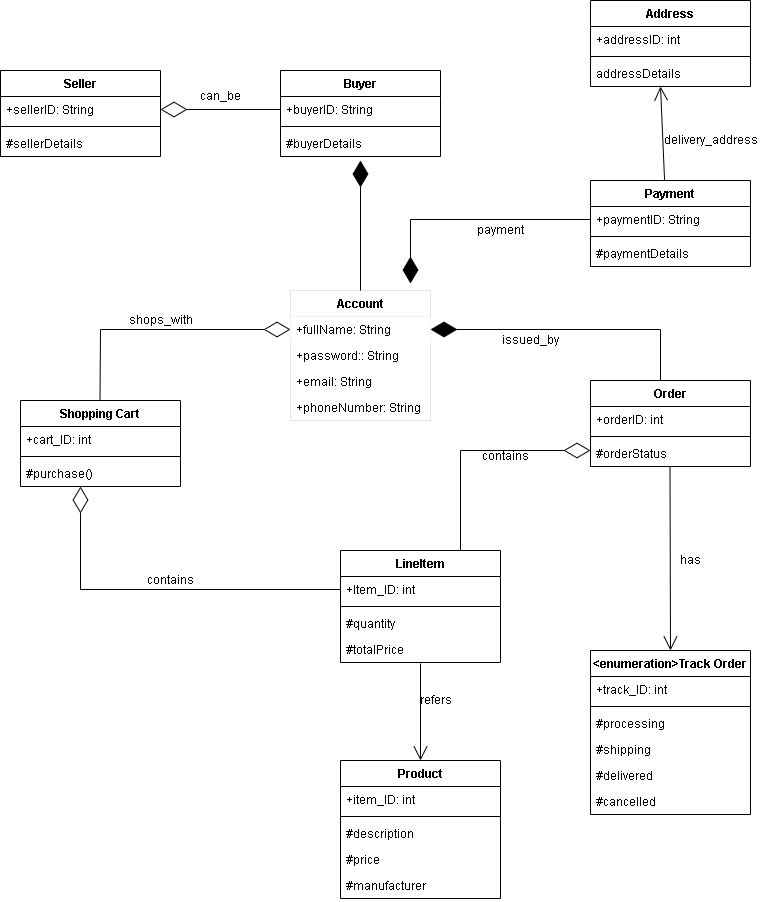
Above: givealittle/UML diagramls/Logical View/classDiagram.png in tiisetsohub/GiveALittle (draw.io), before the change. Source tidied: cells renumbered, new cells last; positions are measured from the earlier drawing's top-left corner, leaving out a move shared by most shapes.
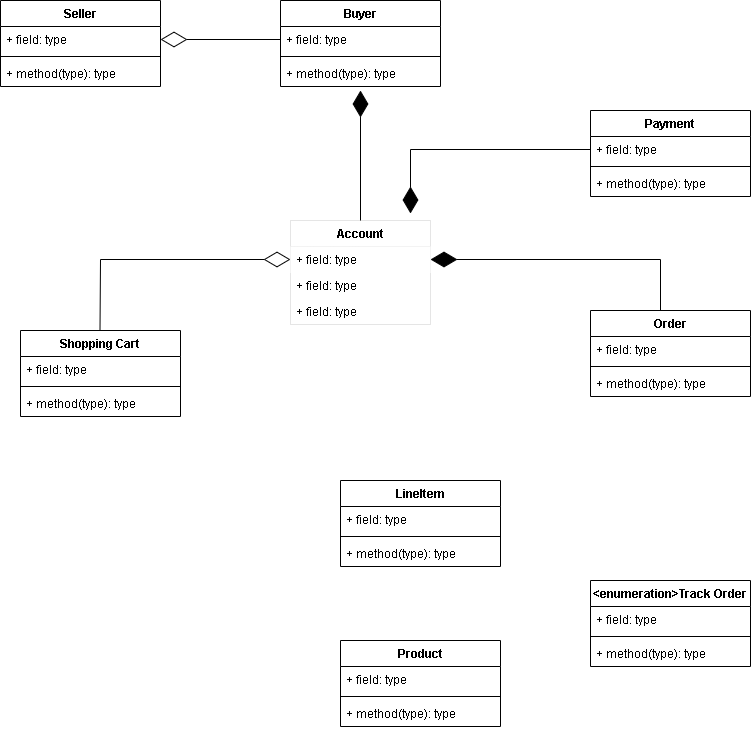
Above is the later version.

Change to the diagram source:
```diff
@@ -5,115 +5,97 @@
     <mxCell id="2" value="Buyer" style="swimlane;fontStyle=1;align=center;verticalAlign=top;horizontal=1;startSize=26;" parent="1" vertex="1">
       <mxGeometry x="280" y="70" width="160" height="86" as="geometry" />
     </mxCell>
-    <mxCell id="3" value="+buyerID: String" style="text;strokeColor=none;fillColor=none;align=left;verticalAlign=top;spacingLeft=4;spacingRight=4;overflow=hidden;points=[[0,0.5],[1,0.5]];portConstraint=eastwest;" parent="2" vertex="1">
+    <mxCell id="3" value="+ field: type" style="text;strokeColor=none;fillColor=none;align=left;verticalAlign=top;spacingLeft=4;spacingRight=4;overflow=hidden;points=[[0,0.5],[1,0.5]];portConstraint=eastwest;" parent="2" vertex="1">
       <mxGeometry y="26" width="160" height="26" as="geometry" />
     </mxCell>
     <mxCell id="4" style="line;strokeWidth=1;fillColor=none;align=left;verticalAlign=middle;spacingTop=-1;spacingLeft=3;spacingRight=3;labelPosition=right;" parent="2" vertex="1">
       <mxGeometry y="52" width="160" height="8" as="geometry" />
     </mxCell>
-    <mxCell id="5" value="#buyerDetails" style="text;strokeColor=none;fillColor=none;align=left;verticalAlign=top;spacingLeft=4;spacingRight=4;overflow=hidden;" parent="2" vertex="1">
+    <mxCell id="5" value="+ method(type): type" style="text;strokeColor=none;fillColor=none;align=left;verticalAlign=top;spacingLeft=4;spacingRight=4;overflow=hidden;" parent="2" vertex="1">
       <mxGeometry y="60" width="160" height="26" as="geometry" />
     </mxCell>
     <mxCell id="6" value="Payment" style="swimlane;fontStyle=1;align=center;verticalAlign=top;horizontal=1;startSize=26;" parent="1" vertex="1">
       <mxGeometry x="590" y="180" width="160" height="86" as="geometry" />
     </mxCell>
-    <mxCell id="7" value="+paymentID: String" style="text;strokeColor=none;fillColor=none;align=left;verticalAlign=top;spacingLeft=4;spacingRight=4;overflow=hidden;points=[[0,0.5],[1,0.5]];portConstraint=eastwest;" parent="6" vertex="1">
+    <mxCell id="7" value="+ field: type" style="text;strokeColor=none;fillColor=none;align=left;verticalAlign=top;spacingLeft=4;spacingRight=4;overflow=hidden;points=[[0,0.5],[1,0.5]];portConstraint=eastwest;" parent="6" vertex="1">
       <mxGeometry y="26" width="160" height="26" as="geometry" />
     </mxCell>
     <mxCell id="8" style="line;strokeWidth=1;fillColor=none;align=left;verticalAlign=middle;spacingTop=-1;spacingLeft=3;spacingRight=3;labelPosition=right;" parent="6" vertex="1">
       <mxGeometry y="52" width="160" height="8" as="geometry" />
     </mxCell>
-    <mxCell id="9" value="#paymentDetails" style="text;strokeColor=none;fillColor=none;align=left;verticalAlign=top;spacingLeft=4;spacingRight=4;overflow=hidden;" parent="6" vertex="1">
+    <mxCell id="9" value="+ method(type): type" style="text;strokeColor=none;fillColor=none;align=left;verticalAlign=top;spacingLeft=4;spacingRight=4;overflow=hidden;" parent="6" vertex="1">
       <mxGeometry y="60" width="160" height="26" as="geometry" />
     </mxCell>
     <mxCell id="10" value="Order" style="swimlane;fontStyle=1;align=center;verticalAlign=top;horizontal=1;startSize=26;" parent="1" vertex="1">
       <mxGeometry x="590" y="380" width="160" height="86" as="geometry" />
     </mxCell>
-    <mxCell id="11" value="+orderID: int" style="text;strokeColor=none;fillColor=none;align=left;verticalAlign=top;spacingLeft=4;spacingRight=4;overflow=hidden;" parent="10" vertex="1">
+    <mxCell id="11" value="+ field: type" style="text;strokeColor=none;fillColor=none;align=left;verticalAlign=top;spacingLeft=4;spacingRight=4;overflow=hidden;" parent="10" vertex="1">
       <mxGeometry y="26" width="160" height="26" as="geometry" />
     </mxCell>
     <mxCell id="12" style="line;strokeWidth=1;fillColor=none;align=left;verticalAlign=middle;spacingTop=-1;spacingLeft=3;spacingRight=3;labelPosition=right;" parent="10" vertex="1">
       <mxGeometry y="52" width="160" height="8" as="geometry" />
     </mxCell>
-    <mxCell id="13" value="#orderStatus" style="text;strokeColor=none;fillColor=none;align=left;verticalAlign=top;spacingLeft=4;spacingRight=4;overflow=hidden;" parent="10" vertex="1">
+    <mxCell id="13" value="+ method(type): type" style="text;strokeColor=none;fillColor=none;align=left;verticalAlign=top;spacingLeft=4;spacingRight=4;overflow=hidden;" parent="10" vertex="1">
       <mxGeometry y="60" width="160" height="26" as="geometry" />
     </mxCell>
     <mxCell id="14" value="LineItem" style="swimlane;fontStyle=1;align=center;verticalAlign=top;horizontal=1;startSize=26;" parent="1" vertex="1">
-      <mxGeometry x="340" y="550" width="160" height="112" as="geometry" />
+      <mxGeometry x="340" y="550" width="160" height="86" as="geometry" />
     </mxCell>
-    <mxCell id="15" value="+Item_ID: int" style="text;strokeColor=none;fillColor=none;align=left;verticalAlign=top;spacingLeft=4;spacingRight=4;overflow=hidden;points=[[0,0.5],[1,0.5]];portConstraint=eastwest;" parent="14" vertex="1">
+    <mxCell id="15" value="+ field: type" style="text;strokeColor=none;fillColor=none;align=left;verticalAlign=top;spacingLeft=4;spacingRight=4;overflow=hidden;points=[[0,0.5],[1,0.5]];portConstraint=eastwest;" parent="14" vertex="1">
       <mxGeometry y="26" width="160" height="26" as="geometry" />
     </mxCell>
     <mxCell id="16" style="line;strokeWidth=1;fillColor=none;align=left;verticalAlign=middle;spacingTop=-1;spacingLeft=3;spacingRight=3;labelPosition=right;" parent="14" vertex="1">
       <mxGeometry y="52" width="160" height="8" as="geometry" />
     </mxCell>
-    <mxCell id="17" value="#quantity" style="text;strokeColor=none;fillColor=none;align=left;verticalAlign=top;spacingLeft=4;spacingRight=4;overflow=hidden;" parent="14" vertex="1">
+    <mxCell id="17" value="+ method(type): type" style="text;strokeColor=none;fillColor=none;align=left;verticalAlign=top;spacingLeft=4;spacingRight=4;overflow=hidden;" parent="14" vertex="1">
       <mxGeometry y="60" width="160" height="26" as="geometry" />
     </mxCell>
-    <mxCell id="18" value="#totalPrice" style="text;strokeColor=none;fillColor=none;align=left;verticalAlign=top;spacingLeft=4;spacingRight=4;overflow=hidden;points=[[0,0.5],[1,0.5]];portConstraint=eastwest;" parent="14" vertex="1">
-      <mxGeometry y="86" width="160" height="26" as="geometry" />
-    </mxCell>
     <mxCell id="19" value="Shopping Cart" style="swimlane;fontStyle=1;align=center;verticalAlign=top;horizontal=1;startSize=26;" parent="1" vertex="1">
       <mxGeometry x="20" y="400" width="160" height="86" as="geometry" />
     </mxCell>
-    <mxCell id="20" value="+cart_ID: int" style="text;strokeColor=none;fillColor=none;align=left;verticalAlign=top;spacingLeft=4;spacingRight=4;overflow=hidden;" parent="19" vertex="1">
+    <mxCell id="20" value="+ field: type" style="text;strokeColor=none;fillColor=none;align=left;verticalAlign=top;spacingLeft=4;spacingRight=4;overflow=hidden;" parent="19" vertex="1">
       <mxGeometry y="26" width="160" height="26" as="geometry" />
     </mxCell>
     <mxCell id="21" style="line;strokeWidth=1;fillColor=none;align=left;verticalAlign=middle;spacingTop=-1;spacingLeft=3;spacingRight=3;labelPosition=right;" parent="19" vertex="1">
       <mxGeometry y="52" width="160" height="8" as="geometry" />
     </mxCell>
-    <mxCell id="22" value="#purchase()" style="text;strokeColor=none;fillColor=none;align=left;verticalAlign=top;spacingLeft=4;spacingRight=4;overflow=hidden;points=[[0,0.5],[1,0.5]];portConstraint=eastwest;" parent="19" vertex="1">
+    <mxCell id="22" value="+ method(type): type" style="text;strokeColor=none;fillColor=none;align=left;verticalAlign=top;spacingLeft=4;spacingRight=4;overflow=hidden;points=[[0,0.5],[1,0.5]];portConstraint=eastwest;" parent="19" vertex="1">
       <mxGeometry y="60" width="160" height="26" as="geometry" />
     </mxCell>
     <mxCell id="23" value="Product" style="swimlane;fontStyle=1;align=center;verticalAlign=top;horizontal=1;startSize=26;" parent="1" vertex="1">
-      <mxGeometry x="340" y="760" width="160" height="138" as="geometry" />
+      <mxGeometry x="340" y="710" width="160" height="86" as="geometry" />
     </mxCell>
-    <mxCell id="24" value="+item_ID: int" style="text;strokeColor=none;fillColor=none;align=left;verticalAlign=top;spacingLeft=4;spacingRight=4;overflow=hidden;" parent="23" vertex="1">
+    <mxCell id="24" value="+ field: type" style="text;strokeColor=none;fillColor=none;align=left;verticalAlign=top;spacingLeft=4;spacingRight=4;overflow=hidden;" parent="23" vertex="1">
       <mxGeometry y="26" width="160" height="26" as="geometry" />
     </mxCell>
     <mxCell id="25" style="line;strokeWidth=1;fillColor=none;align=left;verticalAlign=middle;spacingTop=-1;spacingLeft=3;spacingRight=3;labelPosition=right;" parent="23" vertex="1">
       <mxGeometry y="52" width="160" height="8" as="geometry" />
     </mxCell>
-    <mxCell id="26" value="#description" style="text;strokeColor=none;fillColor=none;align=left;verticalAlign=top;spacingLeft=4;spacingRight=4;overflow=hidden;" parent="23" vertex="1">
+    <mxCell id="26" value="+ method(type): type" style="text;strokeColor=none;fillColor=none;align=left;verticalAlign=top;spacingLeft=4;spacingRight=4;overflow=hidden;" parent="23" vertex="1">
       <mxGeometry y="60" width="160" height="26" as="geometry" />
     </mxCell>
-    <mxCell id="27" value="#price" style="text;strokeColor=none;fillColor=none;align=left;verticalAlign=top;spacingLeft=4;spacingRight=4;overflow=hidden;" parent="23" vertex="1">
-      <mxGeometry y="86" width="160" height="26" as="geometry" />
-    </mxCell>
-    <mxCell id="28" value="#manufacturer" style="text;strokeColor=none;fillColor=none;align=left;verticalAlign=top;spacingLeft=4;spacingRight=4;overflow=hidden;" parent="23" vertex="1">
-      <mxGeometry y="112" width="160" height="26" as="geometry" />
-    </mxCell>
     <mxCell id="29" value="&lt;enumeration&gt;Track Order" style="swimlane;fontStyle=1;align=center;verticalAlign=top;horizontal=1;startSize=26;" parent="1" vertex="1">
-      <mxGeometry x="590" y="650" width="160" height="164" as="geometry" />
+      <mxGeometry x="590" y="650" width="160" height="86" as="geometry" />
     </mxCell>
-    <mxCell id="30" value="+track_ID: int" style="text;strokeColor=none;fillColor=none;align=left;verticalAlign=top;spacingLeft=4;spacingRight=4;overflow=hidden;" parent="29" vertex="1">
+    <mxCell id="30" value="+ field: type" style="text;strokeColor=none;fillColor=none;align=left;verticalAlign=top;spacingLeft=4;spacingRight=4;overflow=hidden;" parent="29" vertex="1">
       <mxGeometry y="26" width="160" height="26" as="geometry" />
     </mxCell>
     <mxCell id="31" style="line;strokeWidth=1;fillColor=none;align=left;verticalAlign=middle;spacingTop=-1;spacingLeft=3;spacingRight=3;labelPosition=right;" parent="29" vertex="1">
       <mxGeometry y="52" width="160" height="8" as="geometry" />
     </mxCell>
-    <mxCell id="32" value="#processing" style="text;strokeColor=none;fillColor=none;align=left;verticalAlign=top;spacingLeft=4;spacingRight=4;overflow=hidden;" parent="29" vertex="1">
+    <mxCell id="32" value="+ method(type): type" style="text;strokeColor=none;fillColor=none;align=left;verticalAlign=top;spacingLeft=4;spacingRight=4;overflow=hidden;" parent="29" vertex="1">
       <mxGeometry y="60" width="160" height="26" as="geometry" />
     </mxCell>
-    <mxCell id="33" value="#shipping" style="text;strokeColor=none;fillColor=none;align=left;verticalAlign=top;spacingLeft=4;spacingRight=4;overflow=hidden;" parent="29" vertex="1">
-      <mxGeometry y="86" width="160" height="26" as="geometry" />
-    </mxCell>
-    <mxCell id="34" value="#delivered" style="text;strokeColor=none;fillColor=none;align=left;verticalAlign=top;spacingLeft=4;spacingRight=4;overflow=hidden;" parent="29" vertex="1">
-      <mxGeometry y="112" width="160" height="26" as="geometry" />
-    </mxCell>
-    <mxCell id="35" value="#cancelled" style="text;strokeColor=none;fillColor=none;align=left;verticalAlign=top;spacingLeft=4;spacingRight=4;overflow=hidden;" parent="29" vertex="1">
-      <mxGeometry y="138" width="160" height="26" as="geometry" />
-    </mxCell>
     <mxCell id="36" value="Seller" style="swimlane;fontStyle=1;align=center;verticalAlign=top;horizontal=1;startSize=26;" parent="1" vertex="1">
       <mxGeometry y="70" width="160" height="86" as="geometry" />
     </mxCell>
-    <mxCell id="37" value="+sellerID: String" style="text;strokeColor=none;fillColor=none;align=left;verticalAlign=top;spacingLeft=4;spacingRight=4;overflow=hidden;points=[[0,0.5],[1,0.5]];portConstraint=eastwest;" parent="36" vertex="1">
+    <mxCell id="37" value="+ field: type" style="text;strokeColor=none;fillColor=none;align=left;verticalAlign=top;spacingLeft=4;spacingRight=4;overflow=hidden;points=[[0,0.5],[1,0.5]];portConstraint=eastwest;" parent="36" vertex="1">
       <mxGeometry y="26" width="160" height="26" as="geometry" />
     </mxCell>
     <mxCell id="38" style="line;strokeWidth=1;fillColor=none;align=left;verticalAlign=middle;spacingTop=-1;spacingLeft=3;spacingRight=3;labelPosition=right;" parent="36" vertex="1">
       <mxGeometry y="52" width="160" height="8" as="geometry" />
     </mxCell>
-    <mxCell id="39" value="#sellerDetails" style="text;strokeColor=none;fillColor=none;align=left;verticalAlign=top;spacingLeft=4;spacingRight=4;overflow=hidden;" parent="36" vertex="1">
+    <mxCell id="39" value="+ method(type): type" style="text;strokeColor=none;fillColor=none;align=left;verticalAlign=top;spacingLeft=4;spacingRight=4;overflow=hidden;" parent="36" vertex="1">
       <mxGeometry y="60" width="160" height="26" as="geometry" />
     </mxCell>
     <mxCell id="40" style="endArrow=diamondThin;endFill=1;endSize=24;html=1;rounded=0;exitX=0.5;exitY=0;exitDx=0;exitDy=0;" parent="1" edge="1">
@@ -150,87 +132,16 @@
       </mxGeometry>
     </mxCell>
     <mxCell id="45" value="Account" style="swimlane;fontStyle=1;horizontal=1;startSize=26;fillColor=none;fontColor=default;strokeWidth=0;" parent="1" vertex="1">
-      <mxGeometry x="290" y="290" width="140" height="130" as="geometry" />
+      <mxGeometry x="290" y="290" width="140" height="104" as="geometry" />
     </mxCell>
-    <mxCell id="46" value="+fullName: String" style="text;strokeColor=none;fillColor=default;align=left;verticalAlign=top;spacingLeft=4;spacingRight=4;overflow=hidden;points=[[0,0.5],[1,0.5]];portConstraint=eastwest;fontColor=default;glass=0;" parent="45" vertex="1">
+    <mxCell id="46" value="+ field: type" style="text;strokeColor=none;fillColor=default;align=left;verticalAlign=top;spacingLeft=4;spacingRight=4;overflow=hidden;points=[[0,0.5],[1,0.5]];portConstraint=eastwest;fontColor=default;glass=0;" parent="45" vertex="1">
       <mxGeometry y="26" width="140" height="26" as="geometry" />
     </mxCell>
-    <mxCell id="47" value="+password:: String" style="text;strokeColor=none;fillColor=none;align=left;verticalAlign=top;spacingLeft=4;spacingRight=4;overflow=hidden;fontColor=default;" parent="45" vertex="1">
+    <mxCell id="47" value="+ field: type" style="text;strokeColor=none;fillColor=none;align=left;verticalAlign=top;spacingLeft=4;spacingRight=4;overflow=hidden;fontColor=default;" parent="45" vertex="1">
       <mxGeometry y="52" width="140" height="26" as="geometry" />
     </mxCell>
-    <mxCell id="48" value="+email: String&#10;" style="text;strokeColor=none;fillColor=none;align=left;verticalAlign=top;spacingLeft=4;spacingRight=4;overflow=hidden;fontColor=default;" parent="45" vertex="1">
+    <mxCell id="48" value="+ field: type" style="text;strokeColor=none;fillColor=none;align=left;verticalAlign=top;spacingLeft=4;spacingRight=4;overflow=hidden;fontColor=default;" parent="45" vertex="1">
       <mxGeometry y="78" width="140" height="26" as="geometry" />
     </mxCell>
-    <mxCell id="49" value="+phoneNumber: String" style="text;strokeColor=none;fillColor=none;align=left;verticalAlign=top;spacingLeft=4;spacingRight=4;overflow=hidden;fontColor=default;" parent="45" vertex="1">
-      <mxGeometry y="104" width="140" height="26" as="geometry" />
-    </mxCell>
-    <mxCell id="50" style="endArrow=diamondThin;endFill=0;endSize=24;html=1;rounded=0;exitX=0;exitY=0.5;exitDx=0;exitDy=0;edgeStyle=elbowEdgeStyle;" parent="1" edge="1" source="15" target="22">
-      <mxGeometry relative="1" as="geometry">
-        <Array as="points">
-          <mxPoint x="80" y="570" />
-          <mxPoint x="70.5" y="590" />
-        </Array>
-      </mxGeometry>
-    </mxCell>
-    <mxCell id="51" style="endArrow=diamondThin;endFill=0;endSize=24;html=1;rounded=0;exitX=0.75;exitY=0;exitDx=0;exitDy=0;edgeStyle=elbowEdgeStyle;entryX=0;entryY=0.5;entryDx=0;entryDy=0;" parent="1" edge="1" source="14">
-      <mxGeometry relative="1" as="geometry">
-        <mxPoint x="590" y="450" as="targetPoint" />
-        <Array as="points">
-          <mxPoint x="460" y="500" />
-        </Array>
-      </mxGeometry>
-    </mxCell>
-    <mxCell id="52" style="endArrow=open;endFill=1;endSize=12;html=1;rounded=0;entryX=0.5;entryY=0;entryDx=0;entryDy=0;exitX=0.5;exitY=1.038;exitDx=0;exitDy=0;exitPerimeter=0;" parent="1" edge="1" source="18" target="23">
-      <mxGeometry relative="1" as="geometry" />
-    </mxCell>
-    <mxCell id="53" style="endArrow=open;endFill=1;endSize=12;html=1;rounded=0;entryX=0.5;entryY=0;entryDx=0;entryDy=0;exitX=0.5;exitY=1.154;exitDx=0;exitDy=0;exitPerimeter=0;" parent="1" edge="1" target="29">
-      <mxGeometry relative="1" as="geometry">
-        <mxPoint x="669.5" y="466" as="sourcePoint" />
-      </mxGeometry>
-    </mxCell>
-    <mxCell id="54" value="contains" style="text;html=1;align=center;verticalAlign=middle;fillColor=none;strokeColor=none;rounded=0;" parent="1" vertex="1">
-      <mxGeometry x="140" y="570" width="60" height="20" as="geometry" />
-    </mxCell>
-    <mxCell id="55" value="contains" style="text;html=1;align=center;verticalAlign=middle;fillColor=none;strokeColor=none;rounded=0;" parent="1" vertex="1">
-      <mxGeometry x="475" y="446" width="60" height="20" as="geometry" />
-    </mxCell>
-    <mxCell id="56" value="refers" style="text;html=1;align=center;verticalAlign=middle;fillColor=none;strokeColor=none;rounded=0;" parent="1" vertex="1">
-      <mxGeometry x="410" y="690" width="50" height="20" as="geometry" />
-    </mxCell>
-    <mxCell id="57" value="has" style="text;html=1;align=center;verticalAlign=middle;fillColor=none;strokeColor=none;rounded=0;" parent="1" vertex="1">
-      <mxGeometry x="670" y="550" width="40" height="20" as="geometry" />
-    </mxCell>
-    <mxCell id="58" value="shops_with" style="text;html=1;align=center;verticalAlign=middle;fillColor=none;strokeColor=none;rounded=0;" parent="1" vertex="1">
-      <mxGeometry x="120" y="310" width="80" height="20" as="geometry" />
-    </mxCell>
-    <mxCell id="59" value="Address" style="swimlane;fontStyle=1;align=center;verticalAlign=top;horizontal=1;startSize=26;" parent="1" vertex="1">
-      <mxGeometry x="590" width="160" height="86" as="geometry" />
-    </mxCell>
-    <mxCell id="60" value="+addressID: int" style="text;strokeColor=none;fillColor=none;align=left;verticalAlign=top;spacingLeft=4;spacingRight=4;overflow=hidden;" parent="59" vertex="1">
-      <mxGeometry y="26" width="160" height="26" as="geometry" />
-    </mxCell>
-    <mxCell id="61" style="line;strokeWidth=1;fillColor=none;align=left;verticalAlign=middle;spacingTop=-1;spacingLeft=3;spacingRight=3;labelPosition=right;" parent="59" vertex="1">
-      <mxGeometry y="52" width="160" height="8" as="geometry" />
-    </mxCell>
-    <mxCell id="62" value="addressDetails" style="text;strokeColor=none;fillColor=none;align=left;verticalAlign=top;spacingLeft=4;spacingRight=4;overflow=hidden;" parent="59" vertex="1">
-      <mxGeometry y="60" width="160" height="26" as="geometry" />
-    </mxCell>
-    <mxCell id="63" style="endArrow=none;endFill=0;endSize=12;html=1;rounded=0;exitX=0.5;exitY=1.154;exitDx=0;exitDy=0;exitPerimeter=0;entryX=0.463;entryY=0;entryDx=0;entryDy=0;entryPerimeter=0;startArrow=open;startFill=0;startSize=12;" parent="1" edge="1" target="6">
-      <mxGeometry relative="1" as="geometry">
-        <mxPoint x="660" y="86" as="sourcePoint" />
-      </mxGeometry>
-    </mxCell>
-    <mxCell id="64" value="delivery_address" style="text;html=1;align=center;verticalAlign=middle;fillColor=none;strokeColor=none;rounded=0;" parent="1" vertex="1">
-      <mxGeometry x="655" y="130" width="110" height="20" as="geometry" />
-    </mxCell>
-    <mxCell id="65" value="issued_by" style="text;html=1;align=center;verticalAlign=middle;fillColor=none;strokeColor=none;rounded=0;" parent="1" vertex="1">
-      <mxGeometry x="495" y="330" width="70" height="20" as="geometry" />
-    </mxCell>
-    <mxCell id="66" value="payment" style="text;html=1;align=center;verticalAlign=middle;fillColor=none;strokeColor=none;rounded=0;" parent="1" vertex="1">
-      <mxGeometry x="470" y="220" width="60" height="20" as="geometry" />
-    </mxCell>
-    <mxCell id="67" value="can_be" style="text;html=1;align=center;verticalAlign=middle;fillColor=none;strokeColor=none;rounded=0;" parent="1" vertex="1">
-      <mxGeometry x="190" y="86" width="60" height="20" as="geometry" />
-    </mxCell>
   </root>
 </mxGraphModel>
```
